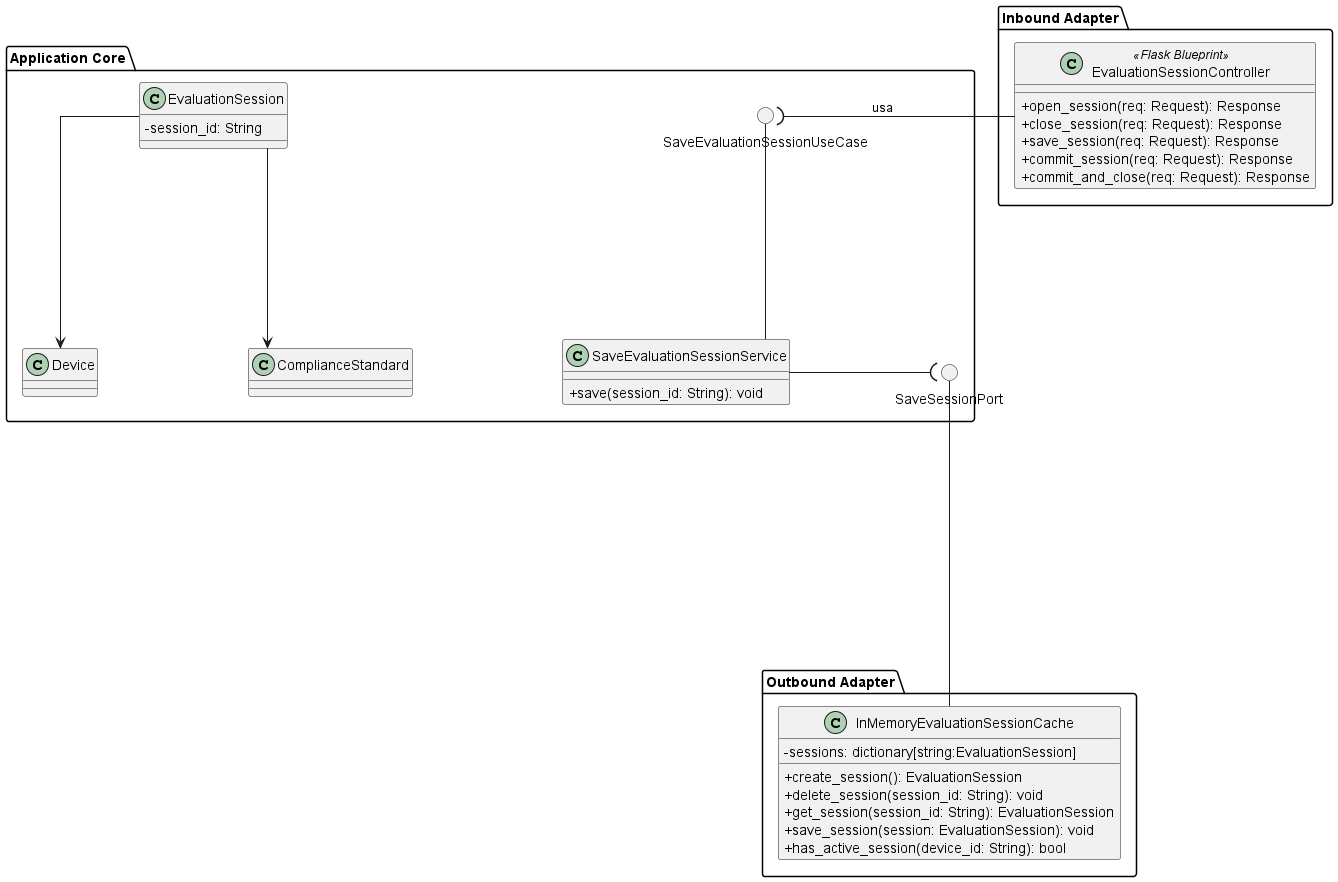
Before: src/PB/DocumentazioneEsterna/Specifica_Tecnica/content/uml/png/Session/SaveEvaluationSession.png, a diagram exported from PlantUML (GroupRubberDuck/Documentazione).
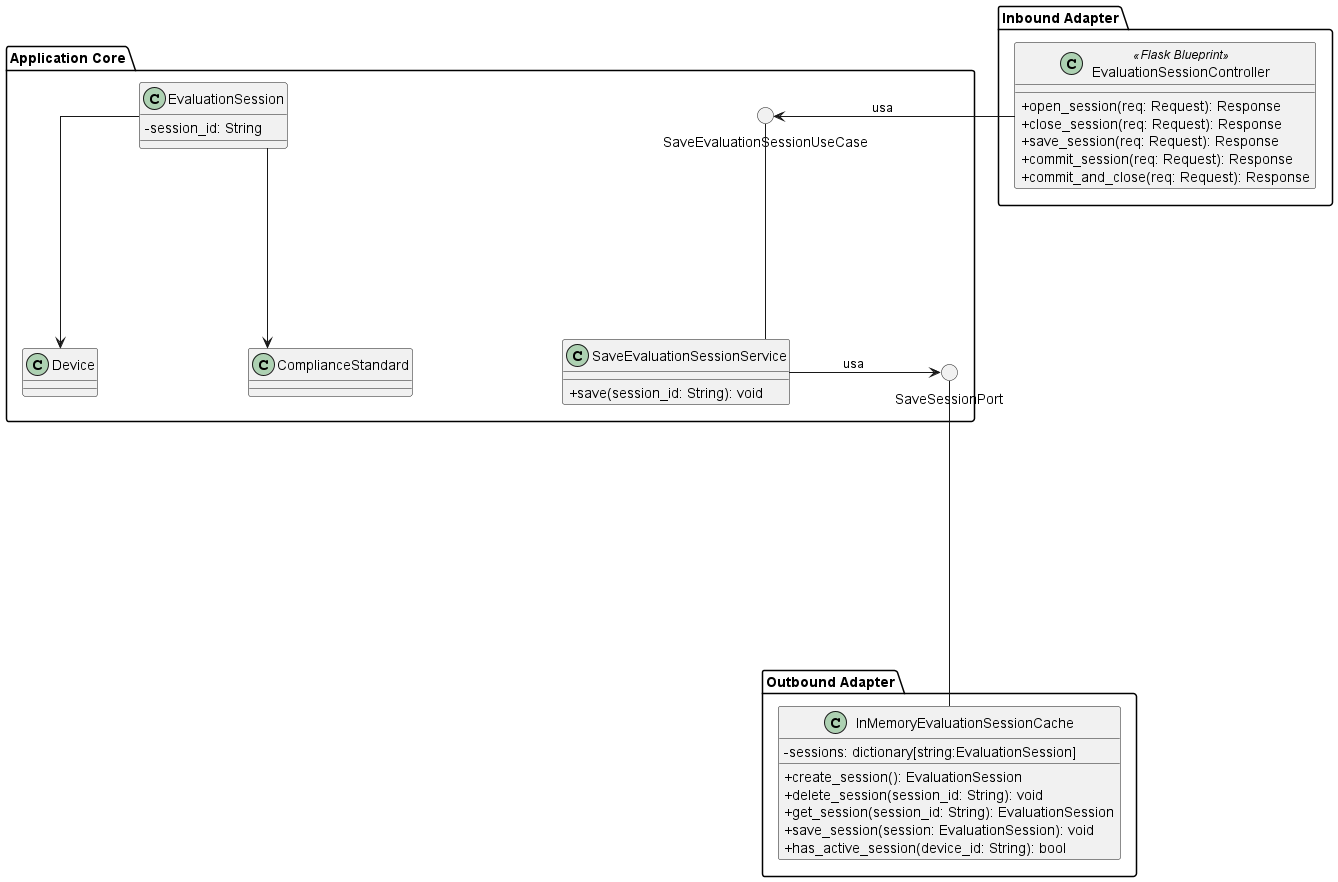
Above is the later version.

Diff of the diagram source:
```diff
@@ -19,14 +19,14 @@
     !include Domain/EvaluationSession.puml
 
     SaveEvaluationSessionService -up- SaveEvaluationSessionUseCase
-    SaveEvaluationSessionService -( SaveSessionPort
+    SaveEvaluationSessionService -> SaveSessionPort : usa
 }
 
 package "Outbound Adapter" {
     !include OutboundAdapters/InMemoryEvaluationSessionCache.puml
 }
 
-EvaluationSessionController -left-( SaveEvaluationSessionUseCase : usa
+EvaluationSessionController -left-> SaveEvaluationSessionUseCase : usa
 InMemoryEvaluationSessionCache -up-- SaveSessionPort
 
 @enduml
```
